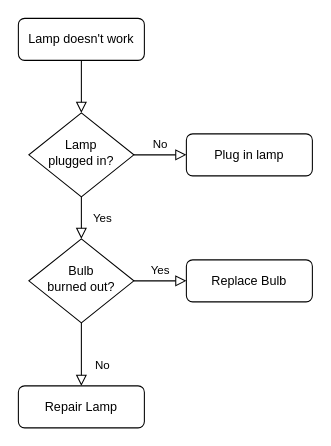
The draw.io diagram Untitled Diagram.drawio in casper-van-der-krift/100-Days-of-Code, before the edit. Source tidied: cells renumbered, new cells numbered last; positions are measured from the earlier drawing's top-left corner, leaving out a move shared by most shapes. Both pictures are drawn from the tidied source at 105%, with x=0, y=0 at pixel (18, 18).
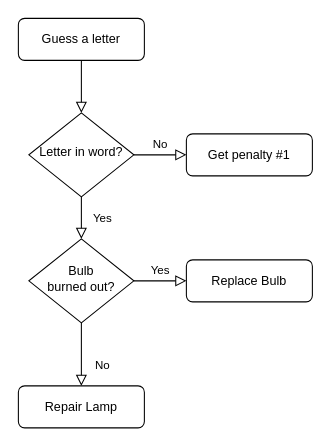
Above is the later version.

The edit, as a diff of the source:
```diff
@@
 <mxGraphModel>
   <root>
     <mxCell id="0" />
     <mxCell id="1" parent="0" />
     <mxCell id="2" style="rounded=0;html=1;jettySize=auto;fontSize=11;endArrow=block;endFill=0;endSize=8;strokeWidth=1;shadow=0;labelBackgroundColor=none;edgeStyle=orthogonalEdgeStyle;" parent="1" edge="1" source="3" target="6">
       <mxGeometry relative="1" as="geometry" />
     </mxCell>
-    <mxCell id="3" value="Lamp doesn't work" style="rounded=1;whiteSpace=wrap;html=1;fontSize=12;glass=0;strokeWidth=1;shadow=0;" parent="1" vertex="1">
+    <mxCell id="3" value="Guess a letter" style="rounded=1;whiteSpace=wrap;html=1;fontSize=12;glass=0;strokeWidth=1;shadow=0;" parent="1" vertex="1">
       <mxGeometry width="120" height="40" as="geometry" />
     </mxCell>
     <mxCell id="4" value="Yes" style="rounded=0;html=1;jettySize=auto;fontSize=11;endArrow=block;endFill=0;endSize=8;strokeWidth=1;shadow=0;labelBackgroundColor=none;edgeStyle=orthogonalEdgeStyle;" parent="1" edge="1" source="6" target="10">
       <mxGeometry y="20" relative="1" as="geometry" />
     </mxCell>
     <mxCell id="5" value="No" style="edgeStyle=orthogonalEdgeStyle;rounded=0;html=1;jettySize=auto;fontSize=11;endArrow=block;endFill=0;endSize=8;strokeWidth=1;shadow=0;labelBackgroundColor=none;" parent="1" edge="1" source="6" target="7">
       <mxGeometry y="10" relative="1" as="geometry" />
     </mxCell>
-    <mxCell id="6" value="Lamp&lt;br&gt;plugged in?" style="rhombus;whiteSpace=wrap;html=1;shadow=0;fontFamily=Helvetica;fontSize=12;align=center;strokeWidth=1;spacing=6;spacingTop=-4;" parent="1" vertex="1">
+    <mxCell id="6" value="Letter in word?" style="rhombus;whiteSpace=wrap;html=1;shadow=0;fontFamily=Helvetica;fontSize=12;align=center;strokeWidth=1;spacing=6;spacingTop=-4;" parent="1" vertex="1">
       <mxGeometry x="10" y="90" width="100" height="80" as="geometry" />
     </mxCell>
-    <mxCell id="7" value="Plug in lamp" style="rounded=1;whiteSpace=wrap;html=1;fontSize=12;glass=0;strokeWidth=1;shadow=0;" parent="1" vertex="1">
+    <mxCell id="7" value="Get penalty #1" style="rounded=1;whiteSpace=wrap;html=1;fontSize=12;glass=0;strokeWidth=1;shadow=0;" parent="1" vertex="1">
       <mxGeometry x="160" y="110" width="120" height="40" as="geometry" />
     </mxCell>
     <mxCell id="8" value="No" style="rounded=0;html=1;jettySize=auto;fontSize=11;endArrow=block;endFill=0;endSize=8;strokeWidth=1;shadow=0;labelBackgroundColor=none;edgeStyle=orthogonalEdgeStyle;" parent="1" edge="1" source="10" target="11">
       <mxGeometry x="0.33" y="20" relative="1" as="geometry" />
     </mxCell>
     <mxCell id="9" value="Yes" style="edgeStyle=orthogonalEdgeStyle;rounded=0;html=1;jettySize=auto;fontSize=11;endArrow=block;endFill=0;endSize=8;strokeWidth=1;shadow=0;labelBackgroundColor=none;" parent="1" edge="1" source="10" target="12">
       <mxGeometry y="10" relative="1" as="geometry" />
     </mxCell>
     <mxCell id="10" value="Bulb&lt;br&gt;burned out?" style="rhombus;whiteSpace=wrap;html=1;shadow=0;fontFamily=Helvetica;fontSize=12;align=center;strokeWidth=1;spacing=6;spacingTop=-4;" parent="1" vertex="1">
       <mxGeometry x="10" y="210" width="100" height="80" as="geometry" />
     </mxCell>
     <mxCell id="11" value="Repair Lamp" style="rounded=1;whiteSpace=wrap;html=1;fontSize=12;glass=0;strokeWidth=1;shadow=0;" parent="1" vertex="1">
       <mxGeometry y="350" width="120" height="40" as="geometry" />
     </mxCell>
     <mxCell id="12" value="Replace Bulb" style="rounded=1;whiteSpace=wrap;html=1;fontSize=12;glass=0;strokeWidth=1;shadow=0;" parent="1" vertex="1">
       <mxGeometry x="160" y="230" width="120" height="40" as="geometry" />
     </mxCell>
   </root>
 </mxGraphModel>
```
